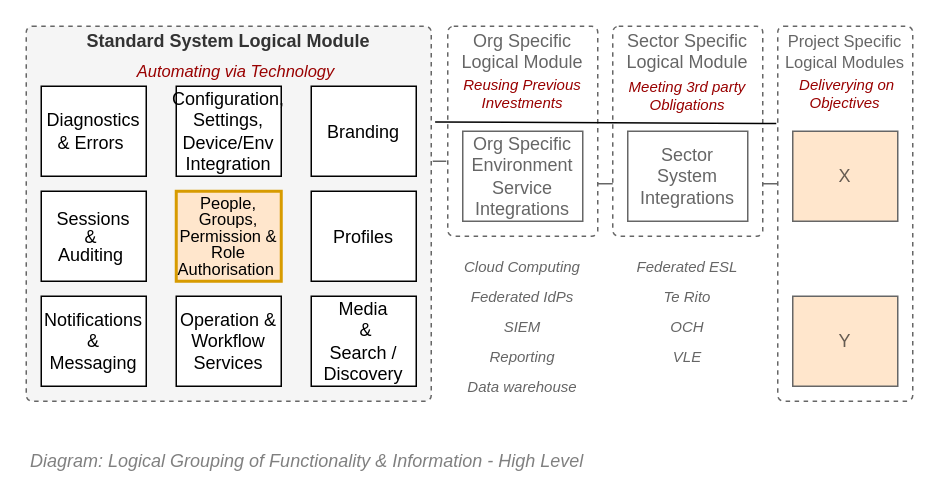
Before: 43.Functionality View/Functionality View - Organisation - Capabilities - Logical Modules (HL).drawio in skysgh/System.Design.Resources.Service, a draw.io diagram. Source tidied: cells renumbered, new cells numbered last; positions are measured from the earlier drawing's top-left corner, leaving out a move shared by most shapes. Both pictures are drawn from the tidied source at 150%, with x=0, y=0 at pixel (26, 26).
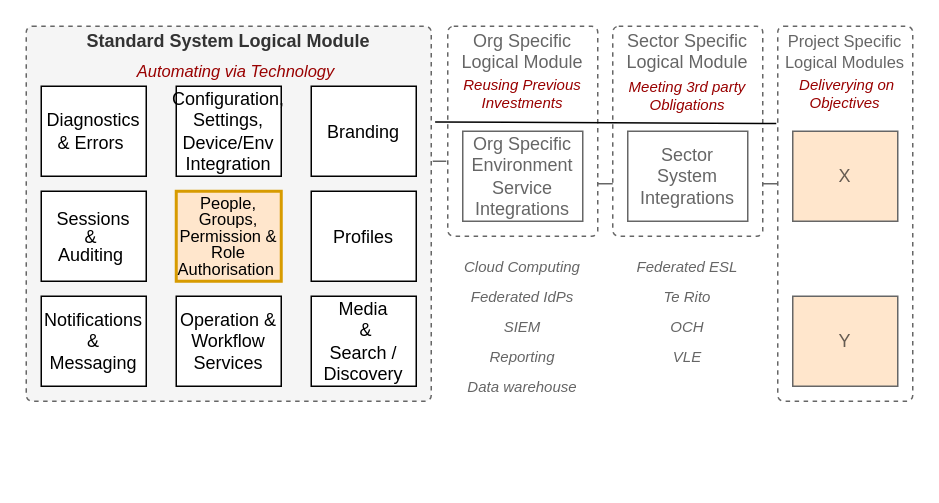
Above is the later version.

Diff of the diagram source:
```diff
@@
-    <mxCell id="7" value="&lt;font style=&quot;font-size: 12px&quot;&gt;Diagram: Logical Grouping of Functionality &amp;amp; Information - High Level&lt;/font&gt;" style="text;strokeColor=none;fillColor=none;html=1;fontSize=12;fontStyle=2;verticalAlign=middle;align=left;shadow=0;glass=0;comic=0;opacity=30;fontColor=#808080;strokeWidth=1;" parent="2" vertex="1">
-      <mxGeometry x="1" y="280" width="520" height="20" as="geometry" />
-    </mxCell>
```
